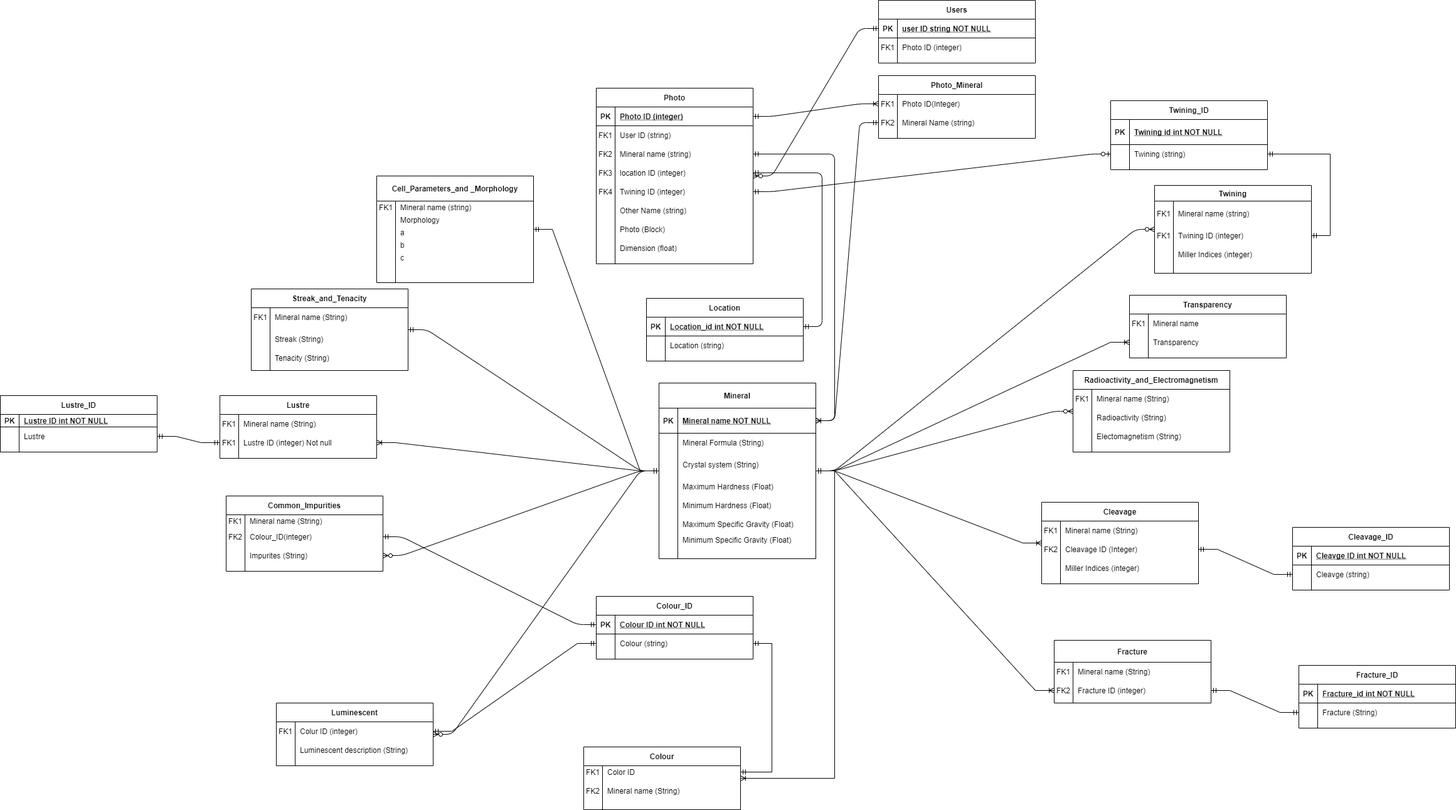
Earlier version of the draw.io export ERD.png (TovanoTIG/Mineral-database). Source tidied: cells renumbered, new cells last; positions are measured from the earlier drawing's top-left corner, leaving out a move shared by most shapes.
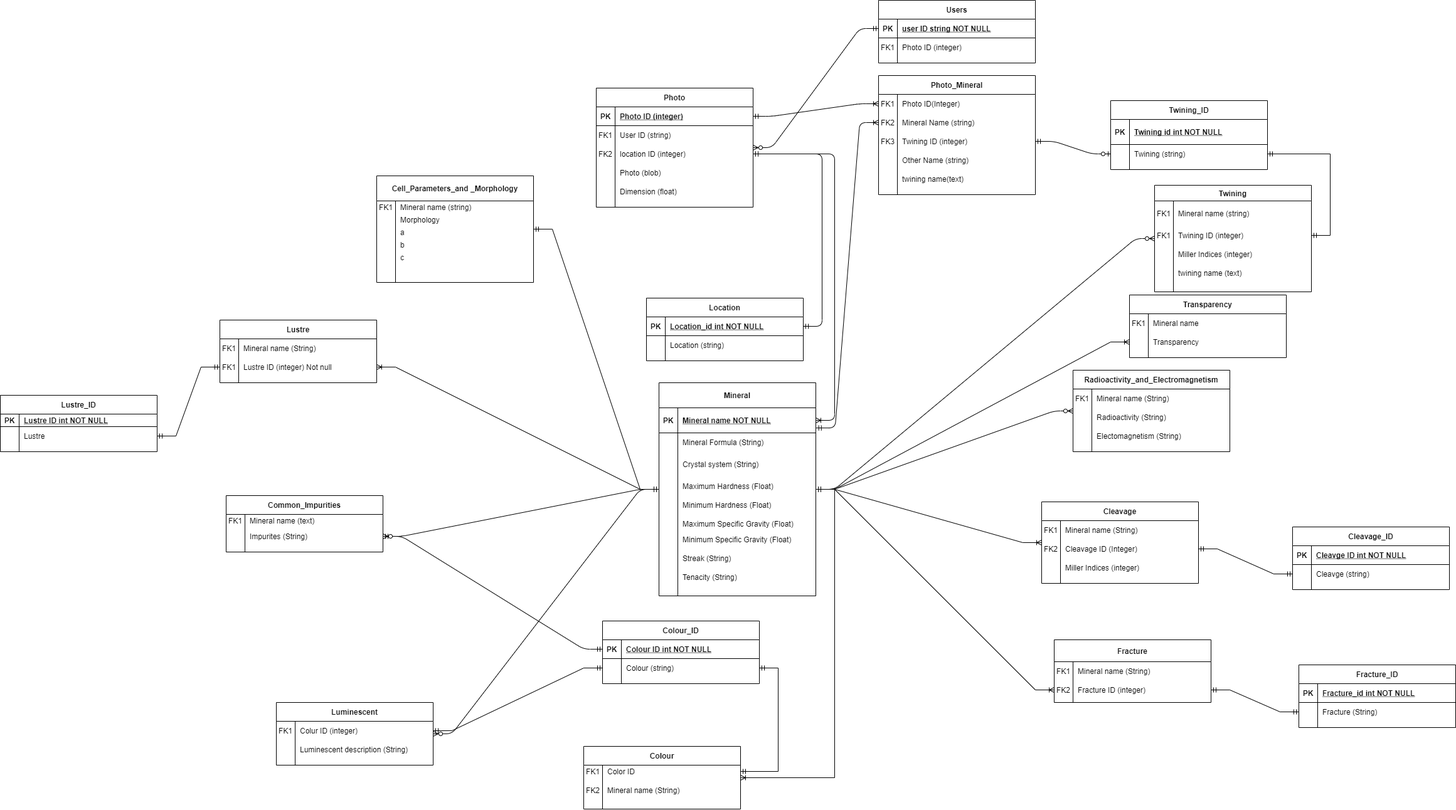
The same diagram one commit later.

The edit, as a diff of the source:
```diff
@@ -5,3 +5,3 @@
     <mxCell id="2" value="Common_Impurities" style="shape=table;startSize=30;rowLines=0;fontStyle=1;align=center;" parent="1" vertex="1">
-      <mxGeometry x="360" y="790" width="250" height="120" as="geometry" />
+      <mxGeometry x="360" y="790" width="250" height="90" as="geometry" />
     </mxCell>
@@ -13,16 +13,7 @@
     </mxCell>
-    <mxCell id="5" value="Mineral name (String)" style="shape=partialRectangle;overflow=hidden;fillColor=none;top=0;left=0;bottom=0;right=0;align=left;spacingLeft=6;" parent="3" vertex="1">
+    <mxCell id="5" value="Mineral name (text)" style="shape=partialRectangle;overflow=hidden;fillColor=none;top=0;left=0;bottom=0;right=0;align=left;spacingLeft=6;" parent="3" vertex="1">
       <mxGeometry x="30" width="220" height="20" as="geometry" />
     </mxCell>
-    <mxCell id="6" style="shape=partialRectangle;fillColor=none;points=[[0,0.5],[1,0.5]];portConstraint=eastwest;top=0;left=0;right=0;bottom=0;" parent="2" vertex="1">
-      <mxGeometry y="50" width="250" height="30" as="geometry" />
-    </mxCell>
-    <mxCell id="7" value="FK2" style="shape=partialRectangle;overflow=hidden;fillColor=none;top=0;left=0;bottom=0;right=0;" parent="6" vertex="1">
-      <mxGeometry width="30" height="30" as="geometry" />
-    </mxCell>
-    <mxCell id="8" value="Colour_ID(integer)" style="shape=partialRectangle;overflow=hidden;fillColor=none;top=0;left=0;bottom=0;right=0;align=left;spacingLeft=6;" parent="6" vertex="1">
-      <mxGeometry x="30" width="220" height="30" as="geometry" />
-    </mxCell>
     <mxCell id="9" style="shape=partialRectangle;fillColor=none;points=[[0,0.5],[1,0.5]];portConstraint=eastwest;top=0;left=0;right=0;bottom=0;" parent="2" vertex="1">
-      <mxGeometry y="80" width="250" height="30" as="geometry" />
+      <mxGeometry y="50" width="250" height="30" as="geometry" />
     </mxCell>
@@ -34,34 +25,4 @@
     </mxCell>
-    <mxCell id="12" value="Streak_and_Tenacity" style="shape=table;startSize=30;rowLines=0;fontStyle=1;align=center;" parent="1" vertex="1">
-      <mxGeometry x="400" y="460" width="250" height="130" as="geometry" />
-    </mxCell>
-    <mxCell id="13" style="shape=partialRectangle;fillColor=none;top=0;left=0;right=0;bottom=0;" parent="12" vertex="1">
-      <mxGeometry y="30" width="250" height="30" as="geometry" />
-    </mxCell>
-    <mxCell id="14" value="FK1" style="shape=partialRectangle;overflow=hidden;fillColor=none;top=0;left=0;bottom=0;right=0;" parent="13" vertex="1">
-      <mxGeometry width="30" height="30" as="geometry" />
-    </mxCell>
-    <mxCell id="15" value="Mineral name (String)" style="shape=partialRectangle;overflow=hidden;fillColor=none;top=0;left=0;bottom=0;right=0;align=left;spacingLeft=6;" parent="13" vertex="1">
-      <mxGeometry x="30" width="220" height="30" as="geometry" />
-    </mxCell>
-    <mxCell id="16" style="shape=partialRectangle;fillColor=none;top=0;left=0;right=0;bottom=0;" parent="12" vertex="1">
-      <mxGeometry y="60" width="250" height="40" as="geometry" />
-    </mxCell>
-    <mxCell id="17" style="shape=partialRectangle;overflow=hidden;fillColor=none;top=0;left=0;bottom=0;right=0;" parent="16" vertex="1">
-      <mxGeometry width="30" height="40" as="geometry" />
-    </mxCell>
-    <mxCell id="18" value="Streak (String)" style="shape=partialRectangle;overflow=hidden;fillColor=none;top=0;left=0;bottom=0;right=0;align=left;spacingLeft=6;" parent="16" vertex="1">
-      <mxGeometry x="30" width="220" height="40" as="geometry" />
-    </mxCell>
-    <mxCell id="19" style="shape=partialRectangle;fillColor=none;top=0;left=0;right=0;bottom=0;" parent="12" vertex="1">
-      <mxGeometry y="100" width="250" height="20" as="geometry" />
-    </mxCell>
-    <mxCell id="20" style="shape=partialRectangle;overflow=hidden;fillColor=none;top=0;left=0;bottom=0;right=0;" parent="19" vertex="1">
-      <mxGeometry width="30" height="20" as="geometry" />
-    </mxCell>
-    <mxCell id="21" value="Tenacity (String)" style="shape=partialRectangle;overflow=hidden;fillColor=none;top=0;left=0;bottom=0;right=0;align=left;spacingLeft=6;" parent="19" vertex="1">
-      <mxGeometry x="30" width="220" height="20" as="geometry" />
-    </mxCell>
     <mxCell id="22" value="Mineral" style="shape=table;startSize=40;rowLines=0;fontStyle=1;align=center;" parent="1" vertex="1">
-      <mxGeometry x="1050" y="610" width="250" height="280" as="geometry" />
+      <mxGeometry x="1050" y="610" width="250" height="340" as="geometry" />
     </mxCell>
@@ -130,2 +91,20 @@
     </mxCell>
+    <mxCell id="16" style="shape=partialRectangle;fillColor=none;top=0;left=0;right=0;bottom=0;" parent="22" vertex="1">
+      <mxGeometry y="260" width="250" height="40" as="geometry" />
+    </mxCell>
+    <mxCell id="17" style="shape=partialRectangle;overflow=hidden;fillColor=none;top=0;left=0;bottom=0;right=0;" parent="16" vertex="1">
+      <mxGeometry width="30" height="40" as="geometry" />
+    </mxCell>
+    <mxCell id="18" value="Streak (String)" style="shape=partialRectangle;overflow=hidden;fillColor=none;top=0;left=0;bottom=0;right=0;align=left;spacingLeft=6;" parent="16" vertex="1">
+      <mxGeometry x="30" width="220" height="40" as="geometry" />
+    </mxCell>
+    <mxCell id="19" style="shape=partialRectangle;fillColor=none;top=0;left=0;right=0;bottom=0;" parent="22" vertex="1">
+      <mxGeometry y="300" width="250" height="20" as="geometry" />
+    </mxCell>
+    <mxCell id="20" style="shape=partialRectangle;overflow=hidden;fillColor=none;top=0;left=0;bottom=0;right=0;" parent="19" vertex="1">
+      <mxGeometry width="30" height="20" as="geometry" />
+    </mxCell>
+    <mxCell id="21" value="Tenacity (String)" style="shape=partialRectangle;overflow=hidden;fillColor=none;top=0;left=0;bottom=0;right=0;align=left;spacingLeft=6;" parent="19" vertex="1">
+      <mxGeometry x="30" width="220" height="20" as="geometry" />
+    </mxCell>
     <mxCell id="44" value="Fracture" style="shape=table;startSize=35;rowLines=0;fontStyle=1;align=center;" parent="1" vertex="1">
@@ -254,3 +233,3 @@
     <mxCell id="85" value="Colour_ID" style="shape=table;startSize=30;rowLines=0;fontStyle=1;align=center;" parent="1" vertex="1">
-      <mxGeometry x="950" y="950" width="250" height="100" as="geometry" />
+      <mxGeometry x="960" y="990" width="250" height="100" as="geometry" />
     </mxCell>
@@ -275,3 +254,3 @@
     <mxCell id="92" value="Lustre" style="shape=table;startSize=30;rowLines=0;fontStyle=1;align=center;" parent="1" vertex="1">
-      <mxGeometry x="350" y="630" width="250" height="100" as="geometry" />
+      <mxGeometry x="350" y="510" width="250" height="100" as="geometry" />
     </mxCell>
@@ -337,5 +316,2 @@
     </mxCell>
-    <mxCell id="113" style="edgeStyle=entityRelationEdgeStyle;fontSize=12;html=1;endArrow=ERmandOne;startArrow=ERmandOne;" parent="1" edge="1" source="22" target="12">
-      <mxGeometry relative="1" as="geometry" />
-    </mxCell>
     <mxCell id="114" style="edgeStyle=entityRelationEdgeStyle;fontSize=12;html=1;endArrow=ERoneToMany;startArrow=ERmandOne;rounded=0;" parent="1" edge="1" source="22" target="96">
@@ -343,5 +319,2 @@
     </mxCell>
-    <mxCell id="115" style="edgeStyle=entityRelationEdgeStyle;fontSize=12;html=1;endArrow=ERmandOne;startArrow=ERmandOne;rounded=0;" parent="1" edge="1" source="22" target="x">
-      <mxGeometry relative="1" as="geometry" />
-    </mxCell>
     <mxCell id="116" style="edgeStyle=entityRelationEdgeStyle;fontSize=12;html=1;endArrow=ERoneToMany;startArrow=ERmandOne;rounded=0;" parent="1" edge="1" source="22" target="72">
@@ -485,3 +458,3 @@
     <mxCell id="162" value="Twining" style="shape=table;startSize=25;rowLines=0;fontStyle=1;align=center;" parent="1" vertex="1">
-      <mxGeometry x="1840" y="295" width="250" height="140" as="geometry" />
+      <mxGeometry x="1840" y="295" width="250" height="170" as="geometry" />
     </mxCell>
@@ -514,2 +487,11 @@
     </mxCell>
+    <mxCell id="231" style="shape=partialRectangle;fillColor=none;top=0;left=0;right=0;bottom=0;" parent="162" vertex="1">
+      <mxGeometry y="125" width="250" height="30" as="geometry" />
+    </mxCell>
+    <mxCell id="232" style="shape=partialRectangle;overflow=hidden;fillColor=none;top=0;left=0;bottom=0;right=0;" parent="231" vertex="1">
+      <mxGeometry width="30" height="30" as="geometry" />
+    </mxCell>
+    <mxCell id="233" value="twining name (text)" style="shape=partialRectangle;overflow=hidden;fillColor=none;top=0;left=0;bottom=0;right=0;align=left;spacingLeft=6;" parent="231" vertex="1">
+      <mxGeometry x="30" width="220" height="30" as="geometry" />
+    </mxCell>
     <mxCell id="172" style="edgeStyle=entityRelationEdgeStyle;fontSize=12;html=1;endArrow=ERmandOne;startArrow=ERmandOne;rounded=0;" parent="1" edge="1" source="129" target="22">
@@ -542,3 +524,3 @@
     <mxCell id="181" value="Photo" style="shape=table;startSize=30;rowLines=0;fontStyle=1;align=center;" parent="1" vertex="1">
-      <mxGeometry x="950" y="140" width="250" height="280" as="geometry" />
+      <mxGeometry x="950" y="140" width="250" height="190" as="geometry" />
     </mxCell>
@@ -562,15 +544,6 @@
     </mxCell>
-    <mxCell id="188" style="shape=partialRectangle;fillColor=none;points=[[0,0.5],[1,0.5]];portConstraint=eastwest;top=0;left=0;right=0;bottom=0;" parent="181" vertex="1">
-      <mxGeometry y="90" width="250" height="30" as="geometry" />
-    </mxCell>
-    <mxCell id="189" value="FK2" style="shape=partialRectangle;overflow=hidden;fillColor=none;top=0;left=0;bottom=0;right=0;" parent="188" vertex="1">
-      <mxGeometry width="30" height="30" as="geometry" />
-    </mxCell>
-    <mxCell id="190" value="Mineral name (string)" style="shape=partialRectangle;overflow=hidden;fillColor=none;top=0;left=0;bottom=0;right=0;align=left;spacingLeft=6;" parent="188" vertex="1">
-      <mxGeometry x="30" width="220" height="30" as="geometry" />
-    </mxCell>
     <mxCell id="191" style="shape=partialRectangle;fillColor=none;points=[[0,0.5],[1,0.5]];portConstraint=eastwest;top=0;left=0;right=0;bottom=0;" parent="181" vertex="1">
-      <mxGeometry y="120" width="250" height="30" as="geometry" />
+      <mxGeometry y="90" width="250" height="30" as="geometry" />
     </mxCell>
-    <mxCell id="192" value="FK3" style="shape=partialRectangle;overflow=hidden;fillColor=none;top=0;left=0;bottom=0;right=0;" parent="191" vertex="1">
+    <mxCell id="192" value="FK2" style="shape=partialRectangle;overflow=hidden;fillColor=none;top=0;left=0;bottom=0;right=0;" parent="191" vertex="1">
       <mxGeometry width="30" height="30" as="geometry" />
@@ -580,22 +553,4 @@
     </mxCell>
-    <mxCell id="194" style="shape=partialRectangle;fillColor=none;points=[[0,0.5],[1,0.5]];portConstraint=eastwest;top=0;left=0;right=0;bottom=0;" parent="181" vertex="1">
-      <mxGeometry y="150" width="250" height="30" as="geometry" />
-    </mxCell>
-    <mxCell id="195" value="FK4" style="shape=partialRectangle;overflow=hidden;fillColor=none;top=0;left=0;bottom=0;right=0;" parent="194" vertex="1">
-      <mxGeometry width="30" height="30" as="geometry" />
-    </mxCell>
-    <mxCell id="196" value="Twining ID (integer)" style="shape=partialRectangle;overflow=hidden;fillColor=none;top=0;left=0;bottom=0;right=0;align=left;spacingLeft=6;" parent="194" vertex="1">
-      <mxGeometry x="30" width="220" height="30" as="geometry" />
-    </mxCell>
-    <mxCell id="197" style="shape=partialRectangle;fillColor=none;top=0;left=0;right=0;bottom=0;" parent="181" vertex="1">
-      <mxGeometry y="180" width="250" height="30" as="geometry" />
-    </mxCell>
-    <mxCell id="198" style="shape=partialRectangle;overflow=hidden;fillColor=none;top=0;left=0;bottom=0;right=0;" parent="197" vertex="1">
-      <mxGeometry width="30" height="30" as="geometry" />
-    </mxCell>
-    <mxCell id="199" value="Other Name (string)" style="shape=partialRectangle;overflow=hidden;fillColor=none;top=0;left=0;bottom=0;right=0;align=left;spacingLeft=6;" parent="197" vertex="1">
-      <mxGeometry x="30" width="220" height="30" as="geometry" />
-    </mxCell>
     <mxCell id="200" style="shape=partialRectangle;fillColor=none;top=0;left=0;right=0;bottom=0;" parent="181" vertex="1">
-      <mxGeometry y="210" width="250" height="30" as="geometry" />
+      <mxGeometry y="120" width="250" height="30" as="geometry" />
     </mxCell>
@@ -604,3 +559,3 @@
     </mxCell>
-    <mxCell id="202" value="Photo (Block)" style="shape=partialRectangle;overflow=hidden;fillColor=none;top=0;left=0;bottom=0;right=0;align=left;spacingLeft=6;" parent="200" vertex="1">
+    <mxCell id="202" value="Photo (blob)" style="shape=partialRectangle;overflow=hidden;fillColor=none;top=0;left=0;bottom=0;right=0;align=left;spacingLeft=6;" parent="200" vertex="1">
       <mxGeometry x="30" width="220" height="30" as="geometry" />
@@ -608,3 +563,3 @@
     <mxCell id="203" style="shape=partialRectangle;fillColor=none;top=0;left=0;right=0;bottom=0;" parent="181" vertex="1">
-      <mxGeometry y="240" width="250" height="30" as="geometry" />
+      <mxGeometry y="150" width="250" height="30" as="geometry" />
     </mxCell>
@@ -637,4 +592,6 @@
     </mxCell>
-    <mxCell id="213" style="edgeStyle=entityRelationEdgeStyle;fontSize=12;html=1;endArrow=ERoneToMany;startArrow=ERmandOne;" parent="1" edge="1" source="188" target="23">
-      <mxGeometry relative="1" as="geometry" />
+    <mxCell id="213" style="edgeStyle=entityRelationEdgeStyle;fontSize=12;html=1;endArrow=ERoneToMany;startArrow=ERmandOne;" parent="1" edge="1" target="23">
+      <mxGeometry relative="1" as="geometry">
+        <mxPoint x="1200" y="245" as="sourcePoint" />
+      </mxGeometry>
     </mxCell>
@@ -643,7 +600,9 @@
     </mxCell>
-    <mxCell id="215" style="edgeStyle=entityRelationEdgeStyle;fontSize=12;html=1;endArrow=ERmandOne;startArrow=ERmandOne;" parent="1" edge="1" source="6" target="86">
-      <mxGeometry relative="1" as="geometry" />
+    <mxCell id="215" style="edgeStyle=entityRelationEdgeStyle;fontSize=12;html=1;endArrow=ERmandOne;startArrow=ERmandOne;" parent="1" edge="1" target="86">
+      <mxGeometry relative="1" as="geometry">
+        <mxPoint x="610" y="855" as="sourcePoint" />
+      </mxGeometry>
     </mxCell>
     <mxCell id="216" value="Photo_Mineral" style="shape=table;startSize=30;rowLines=0;fontStyle=1;align=center;" parent="1" vertex="1">
-      <mxGeometry x="1400" y="120" width="250" height="100" as="geometry" />
+      <mxGeometry x="1400" y="120" width="250" height="190" as="geometry" />
     </mxCell>
@@ -667,2 +626,29 @@
     </mxCell>
+    <mxCell id="194" style="shape=partialRectangle;fillColor=none;points=[[0,0.5],[1,0.5]];portConstraint=eastwest;top=0;left=0;right=0;bottom=0;" parent="216" vertex="1">
+      <mxGeometry y="90" width="250" height="30" as="geometry" />
+    </mxCell>
+    <mxCell id="195" value="FK3" style="shape=partialRectangle;overflow=hidden;fillColor=none;top=0;left=0;bottom=0;right=0;" parent="194" vertex="1">
+      <mxGeometry width="30" height="30" as="geometry" />
+    </mxCell>
+    <mxCell id="196" value="Twining ID (integer)" style="shape=partialRectangle;overflow=hidden;fillColor=none;top=0;left=0;bottom=0;right=0;align=left;spacingLeft=6;" parent="194" vertex="1">
+      <mxGeometry x="30" width="220" height="30" as="geometry" />
+    </mxCell>
+    <mxCell id="197" style="shape=partialRectangle;fillColor=none;top=0;left=0;right=0;bottom=0;" parent="216" vertex="1">
+      <mxGeometry y="120" width="250" height="30" as="geometry" />
+    </mxCell>
+    <mxCell id="198" style="shape=partialRectangle;overflow=hidden;fillColor=none;top=0;left=0;bottom=0;right=0;" parent="197" vertex="1">
+      <mxGeometry width="30" height="30" as="geometry" />
+    </mxCell>
+    <mxCell id="199" value="Other Name (string)" style="shape=partialRectangle;overflow=hidden;fillColor=none;top=0;left=0;bottom=0;right=0;align=left;spacingLeft=6;" parent="197" vertex="1">
+      <mxGeometry x="30" width="220" height="30" as="geometry" />
+    </mxCell>
+    <mxCell id="234" style="shape=partialRectangle;fillColor=none;top=0;left=0;right=0;bottom=0;" parent="216" vertex="1">
+      <mxGeometry y="150" width="250" height="30" as="geometry" />
+    </mxCell>
+    <mxCell id="235" style="shape=partialRectangle;overflow=hidden;fillColor=none;top=0;left=0;bottom=0;right=0;" parent="234" vertex="1">
+      <mxGeometry width="30" height="30" as="geometry" />
+    </mxCell>
+    <mxCell id="236" value="twining name(text)" style="shape=partialRectangle;overflow=hidden;fillColor=none;top=0;left=0;bottom=0;right=0;align=left;spacingLeft=6;" parent="234" vertex="1">
+      <mxGeometry x="30" width="220" height="30" as="geometry" />
+    </mxCell>
     <mxCell id="223" style="edgeStyle=entityRelationEdgeStyle;fontSize=12;html=1;endArrow=ERoneToMany;startArrow=ERmandOne;" parent="1" edge="1" source="182" target="217">
@@ -670,3 +656,3 @@
     </mxCell>
-    <mxCell id="224" style="edgeStyle=entityRelationEdgeStyle;fontSize=12;html=1;endArrow=ERoneToMany;startArrow=ERmandOne;" parent="1" edge="1" source="220" target="23">
+    <mxCell id="224" style="edgeStyle=entityRelationEdgeStyle;fontSize=12;html=1;endArrow=ERoneToMany;startArrow=ERmandOne;exitX=1.003;exitY=0.803;exitDx=0;exitDy=0;exitPerimeter=0;" parent="1" edge="1" source="23" target="220">
       <mxGeometry relative="1" as="geometry" />
```
